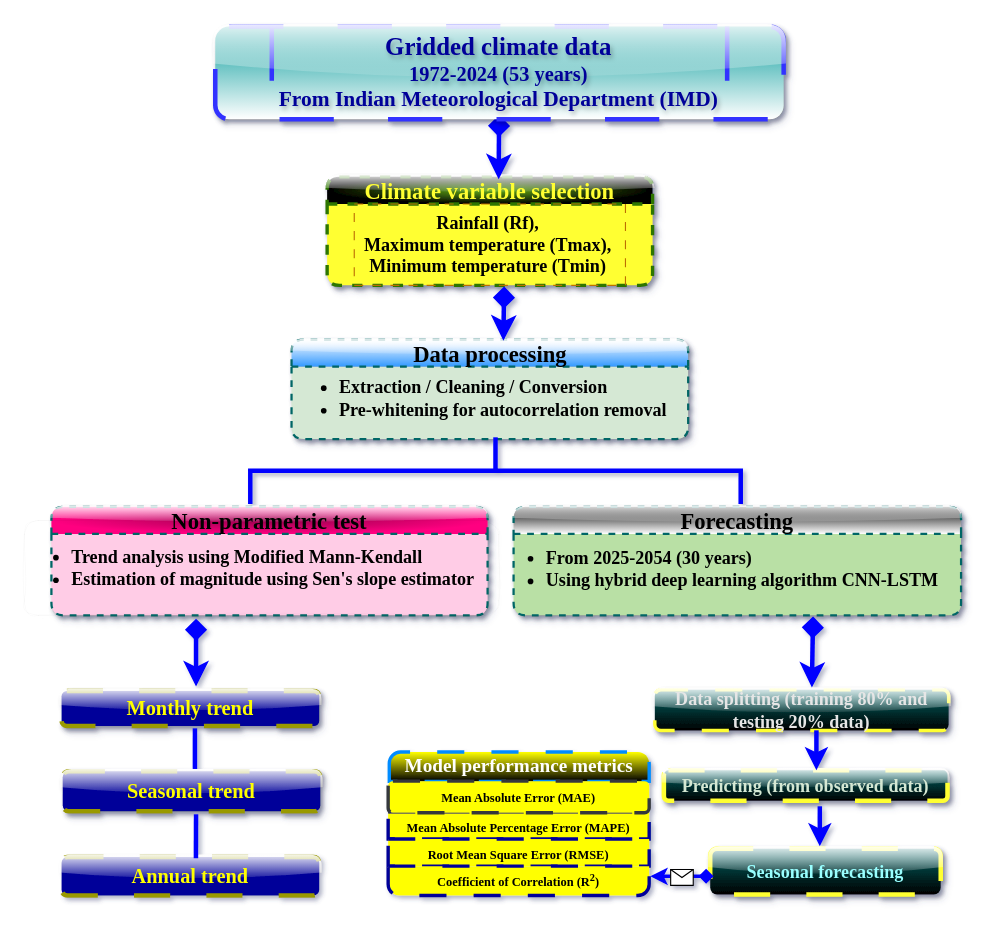
The draw.io diagram Untitled Diagram.drawio in Daawarb/Daawarb, before the edit. Source tidied: cells renumbered, new cells numbered last; positions are measured from the earlier drawing's top-left corner, leaving out a move shared by most shapes. Both pictures are drawn from the tidied source at 113%, with x=0, y=0 at pixel (24, 26).
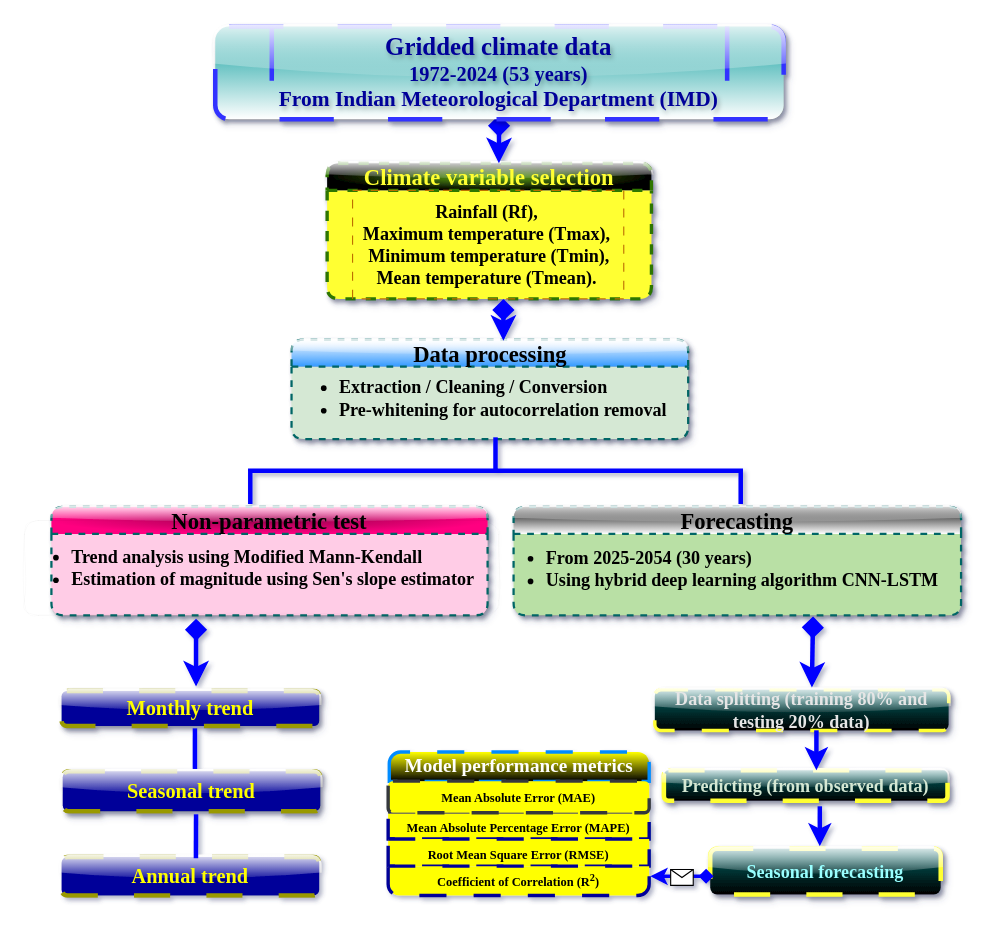
After the change.

Change to the diagram source:
```diff
@@
     <mxCell id="7" value="&lt;font style=&quot;color: rgb(255, 255, 51); font-size: 20px;&quot;&gt;Climate variable selection&lt;/font&gt;" style="swimlane;whiteSpace=wrap;html=1;startSize=24;fillStyle=auto;fillColor=#60a917;fontColor=#ffffff;strokeColor=#2D7600;gradientColor=default;swimlaneFillColor=light-dark(#FFFF33,#00A200);rounded=1;shadow=1;glass=1;swimlaneLine=1;gradientDirection=radial;strokeWidth=3;dashed=1;fontFamily=Garamond;" parent="1" vertex="1">
-      <mxGeometry x="268" y="133" width="288" height="96" as="geometry" />
+      <mxGeometry x="268" y="121" width="287" height="120" as="geometry" />
     </mxCell>
-    <mxCell id="8" value="&lt;font face=&quot;Garamond&quot;&gt;&lt;b style=&quot;&quot;&gt;Rainfall (Rf),&amp;nbsp;&lt;/b&gt;&lt;/font&gt;&lt;div&gt;&lt;font face=&quot;Garamond&quot;&gt;&lt;b&gt;Maximum temperature (Tmax),&amp;nbsp;&lt;/b&gt;&lt;/font&gt;&lt;div&gt;&lt;font face=&quot;Garamond&quot;&gt;&lt;b style=&quot;&quot;&gt;Minimum temperature (Tmin)&amp;nbsp;&lt;/b&gt;&lt;/font&gt;&lt;/div&gt;&lt;/div&gt;" style="text;html=1;align=center;verticalAlign=middle;strokeColor=#BD7000;fillColor=none;fontSize=16;dashed=1;dashPattern=8 8;fontColor=#000000;" parent="7" vertex="1">
-      <mxGeometry x="24" y="24" width="240" height="72" as="geometry" />
+    <mxCell id="8" value="&lt;font face=&quot;Garamond&quot;&gt;&lt;b style=&quot;&quot;&gt;Rainfall (Rf),&amp;nbsp;&lt;/b&gt;&lt;/font&gt;&lt;div&gt;&lt;font face=&quot;Garamond&quot;&gt;&lt;b&gt;Maximum temperature (Tmax),&amp;nbsp;&lt;/b&gt;&lt;/font&gt;&lt;div&gt;&lt;font face=&quot;Garamond&quot;&gt;&lt;b style=&quot;&quot;&gt;Minimum temperature (Tmin),&lt;/b&gt;&lt;/font&gt;&lt;/div&gt;&lt;div&gt;&lt;font face=&quot;Garamond&quot;&gt;&lt;b style=&quot;&quot;&gt;Mean temperature (Tmean).&amp;nbsp;&lt;/b&gt;&lt;/font&gt;&lt;/div&gt;&lt;/div&gt;" style="text;html=1;align=center;verticalAlign=middle;strokeColor=#BD7000;fillColor=none;fontSize=16;dashed=1;dashPattern=8 8;fontColor=#000000;" parent="7" vertex="1">
+      <mxGeometry x="22.5" y="24" width="240" height="96" as="geometry" />
     </mxCell>
@@
-    <mxCell id="12" style="edgeStyle=none;curved=1;rounded=0;orthogonalLoop=1;jettySize=auto;html=1;entryX=0.527;entryY=0.002;entryDx=0;entryDy=0;fontSize=12;startSize=10;endSize=10;strokeColor=#0000FF;targetPerimeterSpacing=0;sourcePerimeterSpacing=0;startArrow=diamond;startFill=1;strokeWidth=4;entryPerimeter=0;" parent="1" edge="1">
+    <mxCell id="12" style="edgeStyle=none;curved=1;rounded=0;orthogonalLoop=1;jettySize=auto;html=1;fontSize=12;startSize=10;endSize=10;strokeColor=#0000FF;targetPerimeterSpacing=0;sourcePerimeterSpacing=0;startArrow=diamond;startFill=1;strokeWidth=4;" parent="1" edge="1">
       <mxGeometry relative="1" as="geometry">
         <mxPoint x="420.2" y="78" as="sourcePoint" />
-        <mxPoint x="419.8" y="135.2" as="targetPoint" />
+        <mxPoint x="420" y="121" as="targetPoint" />
       </mxGeometry>
     </mxCell>
@@
     <mxCell id="36" style="edgeStyle=none;curved=1;rounded=0;orthogonalLoop=1;jettySize=auto;html=1;fontSize=12;startSize=10;endSize=10;startArrow=diamond;startFill=1;strokeWidth=4;sourcePerimeterSpacing=0;strokeColor=#0000FF;" parent="1" edge="1">
       <mxGeometry relative="1" as="geometry">
-        <mxPoint x="424.6" y="230" as="sourcePoint" />
+        <mxPoint x="424" y="241" as="sourcePoint" />
         <mxPoint x="424" y="278" as="targetPoint" />
       </mxGeometry>
     </mxCell>
```
